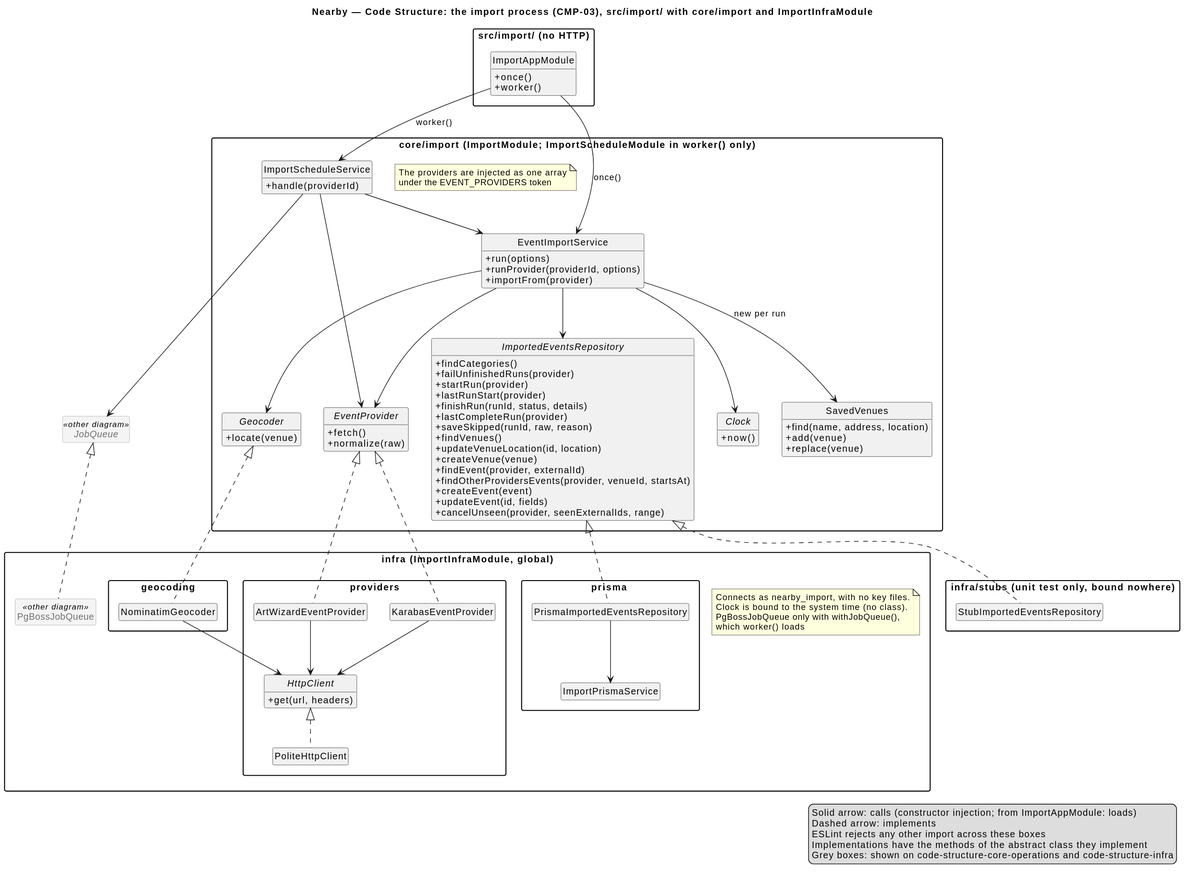
This is docs/architecture/uml/rendered/code-structure-import.svg from ukma-fin-ssdm-2026/pun-intended-team, a PlantUML export, as it was before one commit.
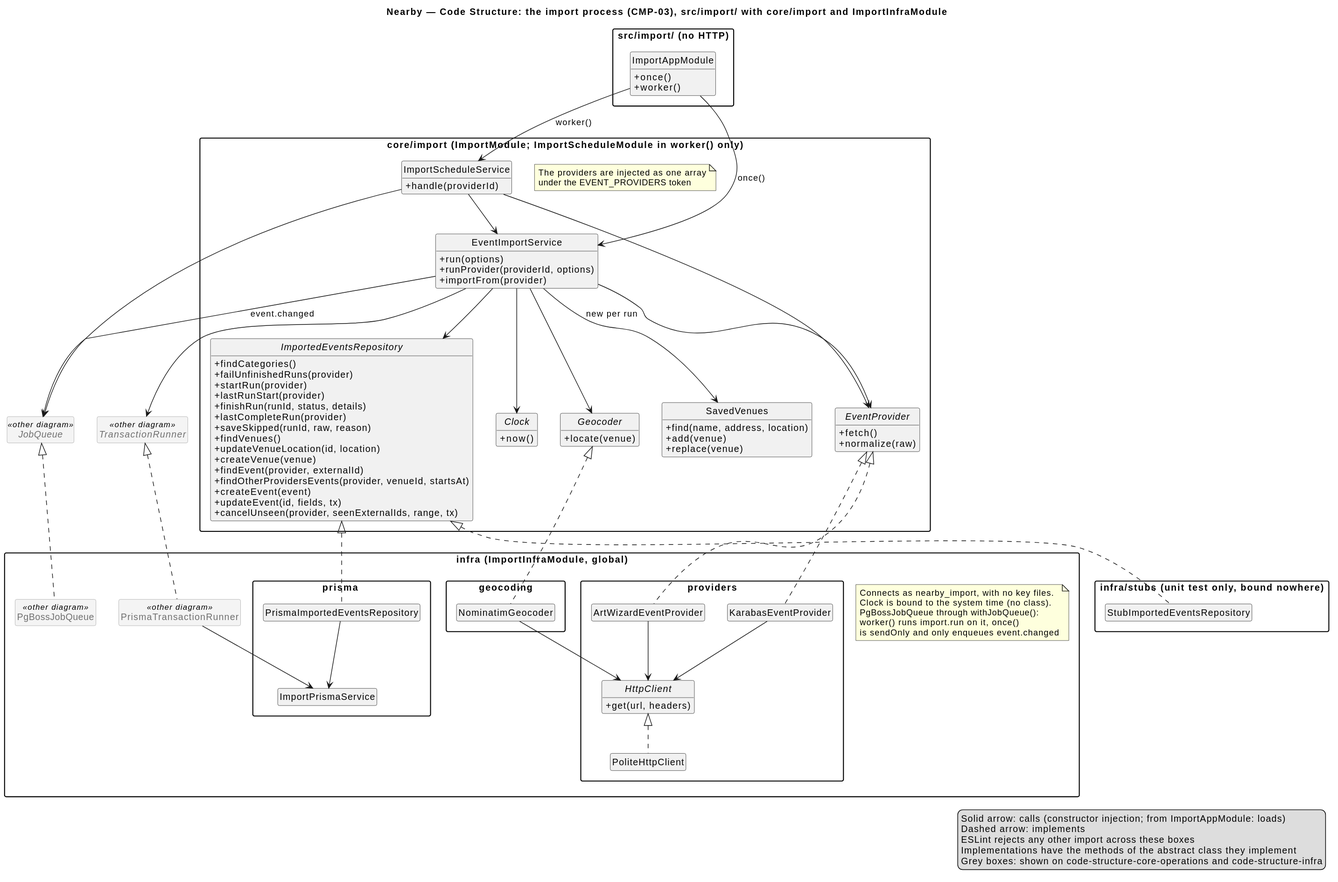
Later version of the same file.

Commit message:
(#418) Show the import's event.changed and render the diagrams

Change to the diagram source:
```diff
@@ -57,8 +57,8 @@
     +findEvent(provider, externalId)
     +findOtherProvidersEvents(provider, venueId, startsAt)
     +createEvent(event)
-    +updateEvent(id, fields)
-    +cancelUnseen(provider, seenExternalIds, range)
+    +updateEvent(id, fields, tx)
+    +cancelUnseen(provider, seenExternalIds, range, tx)
   }
   note as PROVIDERS_NOTE
     The providers are injected as one array
@@ -67,6 +67,7 @@
 }
 
 abstract class JobQueue <<other diagram>>
+abstract class TransactionRunner <<other diagram>>
 
 package "infra (ImportInfraModule, global)" as INFRA {
   package "prisma " as IMPORT_PRISMA {
@@ -85,11 +86,13 @@
     class NominatimGeocoder
   }
   class PgBossJobQueue <<other diagram>>
+  class PrismaTransactionRunner <<other diagram>>
   note as BINDINGS_NOTE
     Connects as nearby_import, with no key files.
     Clock is bound to the system time (no class).
-    PgBossJobQueue only with withJobQueue(),
-    which worker() loads
+    PgBossJobQueue through withJobQueue():
+    worker() runs import.run on it, once()
+    is sendOnly and only enqueues event.changed
   end note
 }
 
@@ -108,6 +111,8 @@
 EventImportService --> Geocoder
 EventImportService --> Clock
 EventImportService --> SavedVenues : new per run
+EventImportService --> TransactionRunner
+EventImportService --> JobQueue : event.changed
 
 ImportedEventsRepository <|.. PrismaImportedEventsRepository
 ImportedEventsRepository <|.. StubImportedEventsRepository
@@ -115,8 +120,10 @@
 EventProvider <|.. KarabasEventProvider
 Geocoder <|.. NominatimGeocoder
 JobQueue <|.. PgBossJobQueue
+TransactionRunner <|.. PrismaTransactionRunner
 
 PrismaImportedEventsRepository --> ImportPrismaService
+PrismaTransactionRunner --> ImportPrismaService
 ArtWizardEventProvider --> HttpClient
 KarabasEventProvider --> HttpClient
 NominatimGeocoder --> HttpClient
```
